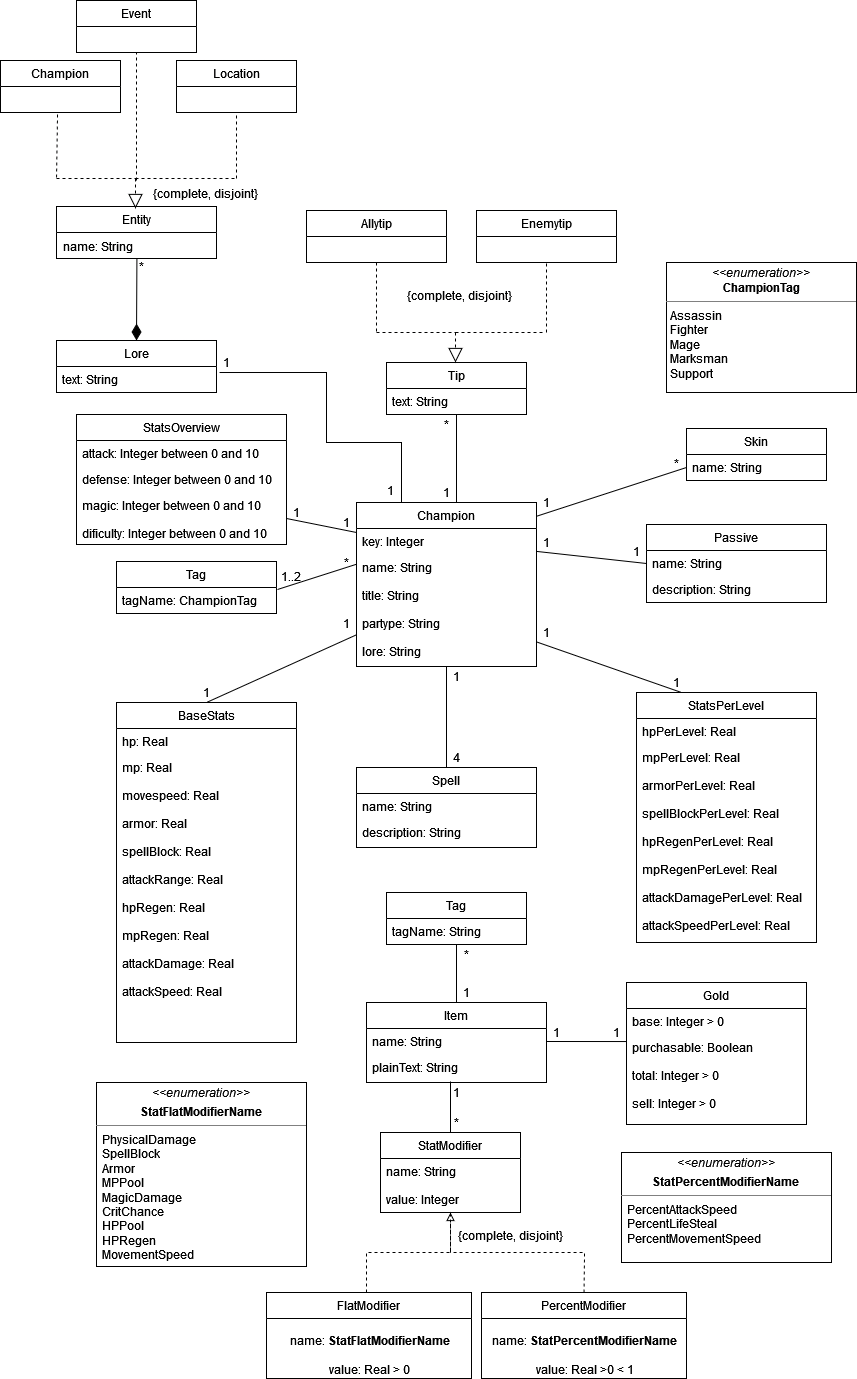
The draw.io diagram docs/UML.png in MiNeves00/PRI2021, before a commit. Source tidied: cells renumbered, new cells last; positions are measured from the earlier drawing's top-left corner, leaving out a move shared by most shapes.
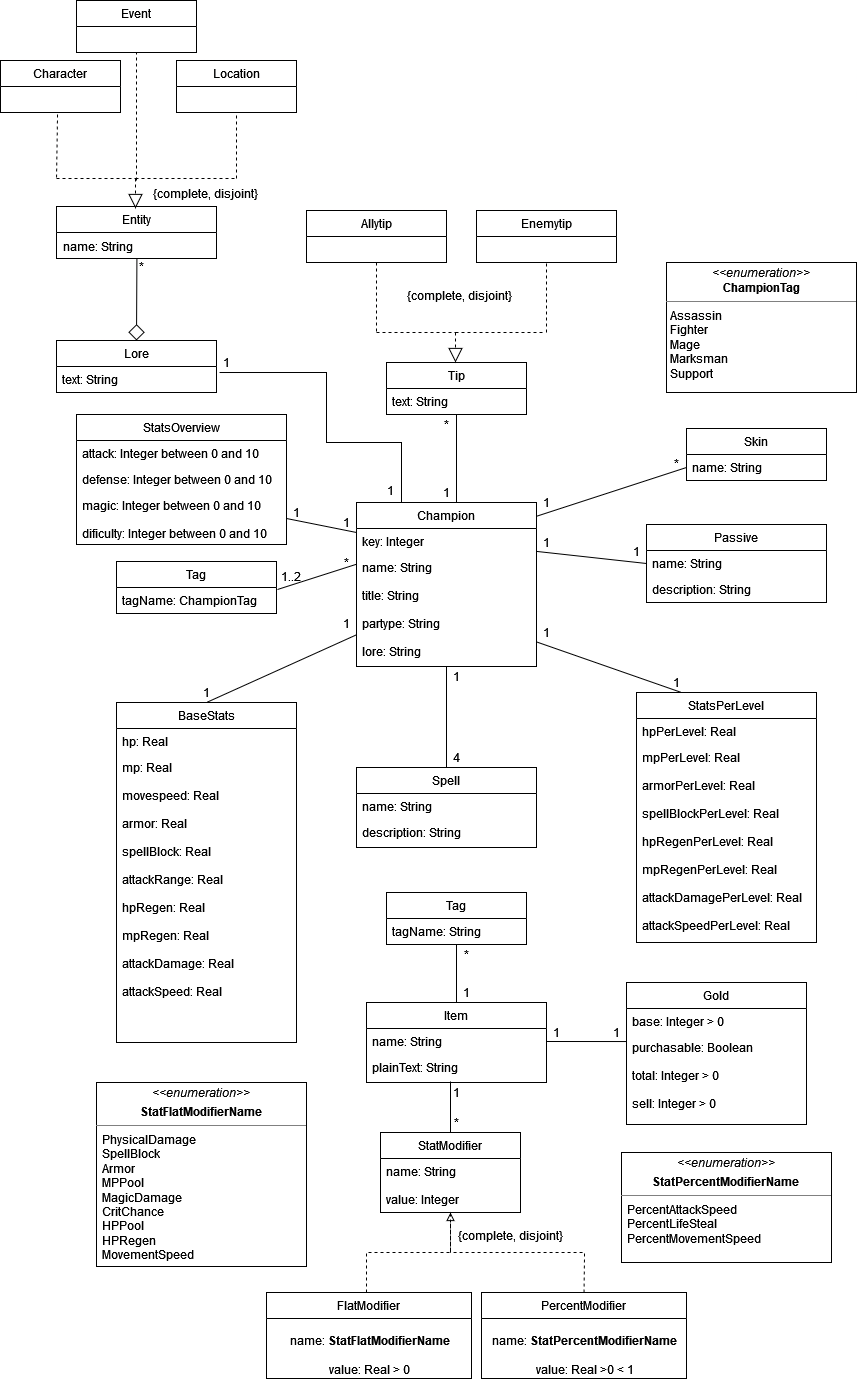
Later version of the same file.

The edit, as a diff of the source:
```diff
@@ -360,7 +360,7 @@
     <mxCell id="102" value="Location" style="swimlane;fontStyle=0;horizontal=1;startSize=26;fillColor=none;" parent="1" vertex="1">
       <mxGeometry x="176" y="60" width="120" height="52" as="geometry" />
     </mxCell>
-    <mxCell id="103" value="Champion" style="swimlane;fontStyle=0;horizontal=1;startSize=26;fillColor=none;" parent="1" vertex="1">
+    <mxCell id="103" value="Character" style="swimlane;fontStyle=0;horizontal=1;startSize=26;fillColor=none;" parent="1" vertex="1">
       <mxGeometry y="60" width="120" height="52" as="geometry" />
     </mxCell>
     <mxCell id="104" value="Event" style="swimlane;fontStyle=0;horizontal=1;startSize=26;fillColor=none;" parent="1" vertex="1">
@@ -377,7 +377,7 @@
     <mxCell id="107" value="name: String" style="text;html=1;align=center;verticalAlign=middle;points=[];strokeColor=none;fillColor=none;" parent="1" vertex="1">
       <mxGeometry x="52" y="236" width="90" height="20" as="geometry" />
     </mxCell>
-    <mxCell id="108" style="endArrow=none;html=1;endSize=12;startArrow=diamondThin;startSize=14;startFill=1;align=left;verticalAlign=bottom;rounded=0;exitX=0.5;exitY=0;exitDx=0;exitDy=0;endFill=0;entryX=0.938;entryY=1.1;entryDx=0;entryDy=0;entryPerimeter=0;" parent="1" edge="1" source="91" target="107">
+    <mxCell id="108" style="endArrow=none;html=1;endSize=12;startArrow=diamond;startSize=14;startFill=0;align=left;verticalAlign=bottom;rounded=0;exitX=0.5;exitY=0;exitDx=0;exitDy=0;endFill=0;entryX=0.938;entryY=1.1;entryDx=0;entryDy=0;entryPerimeter=0;" parent="1" edge="1" source="91" target="107">
       <mxGeometry x="-0.33" y="-28" relative="1" as="geometry" />
     </mxCell>
     <mxCell id="109" value="*" style="text;html=1;align=center;verticalAlign=middle;strokeColor=none;fillColor=none;" parent="1" vertex="1">
```
